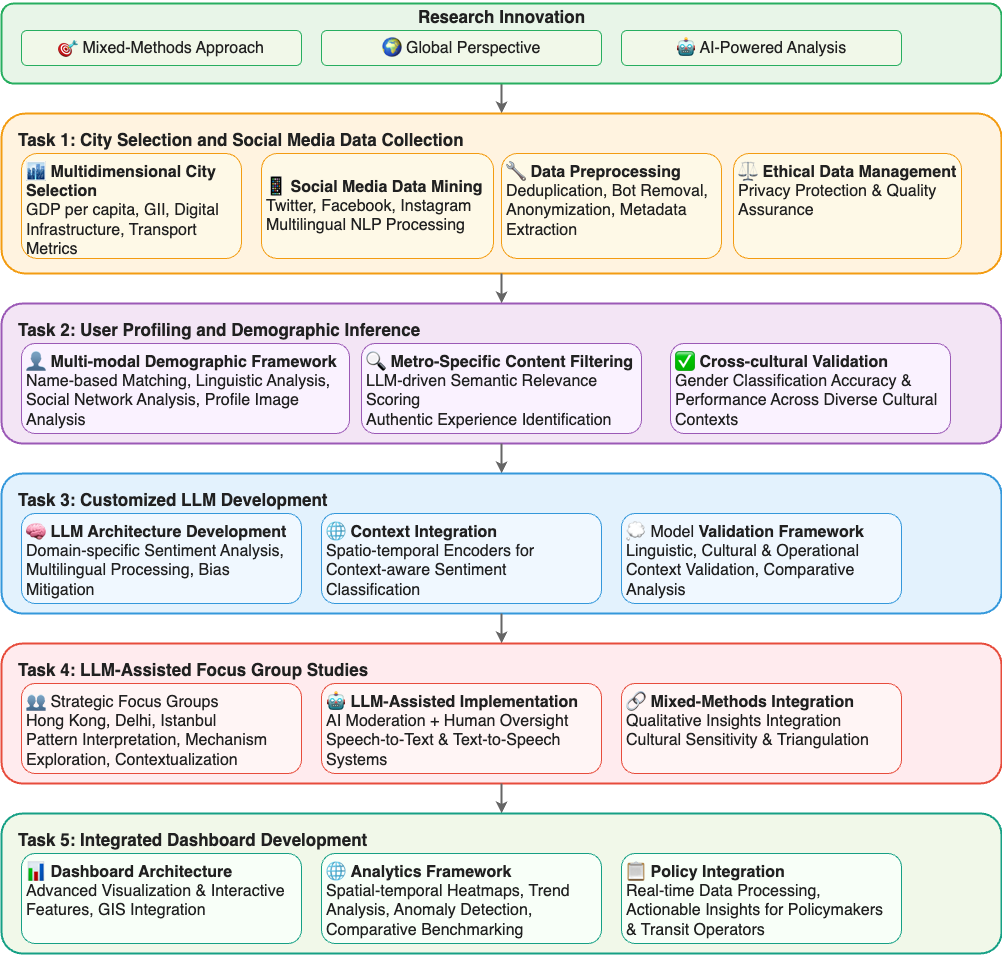
Radar-Lei/GRF2026 keeps this draw.io diagram as figs/research flow.png. Above is the earlier version. Source tidied: cells renumbered, new cells last; positions are measured from the earlier drawing's top-left corner, leaving out a move shared by most shapes.
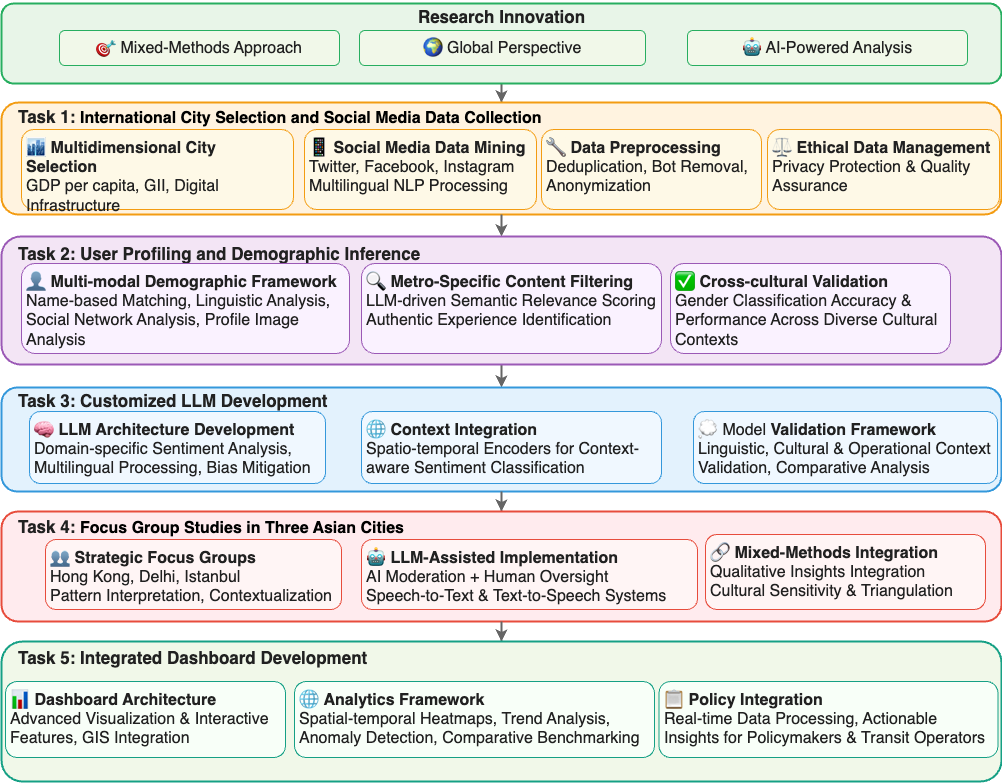
After the commit.

The edit, as a diff of the source:
```diff
@@ -6,94 +6,79 @@
       <mxGeometry relative="1" as="geometry" />
     </mxCell>
     <mxCell id="3" style="rounded=1;whiteSpace=wrap;html=1;fillColor=#fff3e0;strokeColor=#f39c12;strokeWidth=2;" parent="1" vertex="1">
-      <mxGeometry y="113" width="1000" height="160" as="geometry" />
+      <mxGeometry y="102" width="1000" height="112" as="geometry" />
     </mxCell>
-    <mxCell id="4" value="&lt;font style=&quot;font-size: 17px;&quot;&gt;Task 1: City Selection and Social Media Data Collection&lt;/font&gt;" style="text;html=1;align=left;verticalAlign=top;fontSize=14;fontStyle=1;fontColor=#212121;fontFamily=Helvetica;" parent="1" vertex="1">
-      <mxGeometry x="15" y="123" width="970" height="25" as="geometry" />
+    <mxCell id="4" value="&lt;font style=&quot;font-size: 17px;&quot;&gt;Task 1: &lt;/font&gt;&lt;b style=&quot;color: rgb(0, 0, 0); font-size: medium;&quot;&gt;&lt;span style=&quot;font-size: 12pt; line-height: 18.4px;&quot; lang=&quot;EN-US&quot;&gt;International City Selection and Social Media Data Collection&lt;/span&gt;&lt;/b&gt;&lt;span style=&quot;color: rgb(0, 0, 0); font-size: medium; font-weight: 400;&quot;&gt;&lt;/span&gt;" style="text;html=1;align=left;verticalAlign=top;fontSize=14;fontStyle=1;fontColor=#212121;fontFamily=Helvetica;" parent="1" vertex="1">
+      <mxGeometry x="15" y="100" width="970" height="25" as="geometry" />
     </mxCell>
-    <mxCell id="5" value="🏙️ &lt;b&gt;Multidimensional City Selection&lt;/b&gt;&lt;br&gt;GDP per capita, GII, Digital Infrastructure, Transport Metrics" style="rounded=1;whiteSpace=wrap;html=1;fillColor=#fef9e7;strokeColor=#f39c12;strokeWidth=1;fontSize=16;fontColor=#212121;fontFamily=Helvetica;align=left;verticalAlign=top;spacing=5;" parent="1" vertex="1">
-      <mxGeometry x="20" y="153" width="220" height="105" as="geometry" />
+    <mxCell id="5" value="🏙️ &lt;b&gt;Multidimensional City Selection&lt;/b&gt;&lt;br&gt;GDP per capita, GII, Digital Infrastructure" style="rounded=1;whiteSpace=wrap;html=1;fillColor=#fef9e7;strokeColor=#f39c12;strokeWidth=1;fontSize=16;fontColor=#212121;fontFamily=Helvetica;align=left;verticalAlign=top;spacing=5;" parent="1" vertex="1">
+      <mxGeometry x="20" y="129" width="272" height="80" as="geometry" />
     </mxCell>
-    <mxCell id="6" value="&lt;font style=&quot;font-size: 16px;&quot;&gt;📱 &lt;b style=&quot;font-size: 16px;&quot;&gt;Social Media Data Mining&lt;/b&gt;&lt;br style=&quot;font-size: 16px;&quot;&gt;Twitter, Facebook, Instagram&lt;br style=&quot;font-size: 16px;&quot;&gt;Multilingual NLP Processing&lt;/font&gt;" style="rounded=1;whiteSpace=wrap;html=1;fillColor=#fef9e7;strokeColor=#f39c12;strokeWidth=1;fontSize=16;fontColor=#212121;fontFamily=Helvetica;align=left;verticalAlign=middle;spacing=5;" parent="1" vertex="1">
-      <mxGeometry x="260" y="153" width="232" height="105" as="geometry" />
+    <mxCell id="6" value="&lt;font style=&quot;font-size: 16px;&quot;&gt;📱 &lt;b style=&quot;font-size: 16px;&quot;&gt;Social Media Data Mining&lt;/b&gt;&lt;br style=&quot;font-size: 16px;&quot;&gt;Twitter, Facebook, Instagram&lt;br style=&quot;font-size: 16px;&quot;&gt;Multilingual NLP Processing&lt;/font&gt;" style="rounded=1;whiteSpace=wrap;html=1;fillColor=#fef9e7;strokeColor=#f39c12;strokeWidth=1;fontSize=16;fontColor=#212121;fontFamily=Helvetica;align=left;verticalAlign=top;spacing=5;" parent="1" vertex="1">
+      <mxGeometry x="303" y="129" width="232" height="80" as="geometry" />
     </mxCell>
-    <mxCell id="7" value="&lt;font style=&quot;font-size: 16px;&quot;&gt;🔧 &lt;b&gt;Data Preprocessing&lt;/b&gt;&lt;br style=&quot;font-size: 16px;&quot;&gt;Deduplication, Bot Removal, Anonymization, Metadata Extraction&lt;/font&gt;" style="rounded=1;whiteSpace=wrap;html=1;fillColor=#fef9e7;strokeColor=#f39c12;strokeWidth=1;fontSize=16;fontColor=#212121;fontFamily=Helvetica;align=left;verticalAlign=top;spacing=5;" parent="1" vertex="1">
-      <mxGeometry x="500" y="153" width="220" height="105" as="geometry" />
+    <mxCell id="7" value="&lt;font style=&quot;font-size: 16px;&quot;&gt;🔧 &lt;b&gt;Data Preprocessing&lt;/b&gt;&lt;br style=&quot;font-size: 16px;&quot;&gt;Deduplication, Bot Removal, Anonymization&lt;/font&gt;" style="rounded=1;whiteSpace=wrap;html=1;fillColor=#fef9e7;strokeColor=#f39c12;strokeWidth=1;fontSize=16;fontColor=#212121;fontFamily=Helvetica;align=left;verticalAlign=top;spacing=5;" parent="1" vertex="1">
+      <mxGeometry x="540" y="129" width="220" height="80" as="geometry" />
     </mxCell>
     <mxCell id="8" value="&lt;font style=&quot;font-size: 16px;&quot;&gt;⚖️ &lt;b&gt;Ethical Data Management&lt;/b&gt;&lt;br style=&quot;font-size: 16px;&quot;&gt;Privacy Protection &amp;amp; Quality Assurance&lt;/font&gt;" style="rounded=1;whiteSpace=wrap;html=1;fillColor=#fef9e7;strokeColor=#f39c12;strokeWidth=1;fontSize=16;fontColor=#212121;fontFamily=Helvetica;align=left;verticalAlign=top;spacing=5;" parent="1" vertex="1">
-      <mxGeometry x="732" y="153" width="228" height="105" as="geometry" />
+      <mxGeometry x="766" y="129" width="232" height="80" as="geometry" />
     </mxCell>
     <mxCell id="9" style="edgeStyle=orthogonalEdgeStyle;rounded=0;jettySize=auto;html=1;strokeColor=#666;strokeWidth=2;endArrow=classic;" parent="1" edge="1" source="3" target="10">
       <mxGeometry relative="1" as="geometry" />
     </mxCell>
-    <mxCell id="10" style="rounded=1;whiteSpace=wrap;html=1;fillColor=#f3e5f5;strokeColor=#9b59b6;strokeWidth=2;" parent="1" vertex="1">
-      <mxGeometry y="303" width="1000" height="140" as="geometry" />
-    </mxCell>
-    <mxCell id="11" value="&lt;font style=&quot;font-size: 17px;&quot;&gt;Task 2: User Profiling and Demographic Inference&lt;/font&gt;" style="text;html=1;align=left;verticalAlign=top;fontSize=14;fontStyle=1;fontColor=#212121;fontFamily=Helvetica;" parent="1" vertex="1">
-      <mxGeometry x="15" y="313" width="970" height="25" as="geometry" />
-    </mxCell>
-    <mxCell id="12" value="👤 &lt;b&gt;Multi-modal Demographic Framework&lt;/b&gt;&lt;br&gt;Name-based Matching, Linguistic Analysis, Social Network Analysis, Profile Image Analysis" style="rounded=1;whiteSpace=wrap;html=1;fillColor=#faf2ff;strokeColor=#9b59b6;strokeWidth=1;fontSize=16;fontColor=#212121;fontFamily=Helvetica;align=left;verticalAlign=top;spacing=5;" parent="1" vertex="1">
-      <mxGeometry x="20" y="343" width="328" height="90" as="geometry" />
-    </mxCell>
-    <mxCell id="13" value="🔍 &lt;b&gt;Metro-Specific Content Filtering&lt;/b&gt;&lt;br&gt;LLM-driven Semantic Relevance Scoring&lt;br&gt;Authentic Experience Identification" style="rounded=1;whiteSpace=wrap;html=1;fillColor=#faf2ff;strokeColor=#9b59b6;strokeWidth=1;fontSize=16;fontColor=#212121;fontFamily=Helvetica;align=left;verticalAlign=top;spacing=5;" parent="1" vertex="1">
-      <mxGeometry x="360" y="343" width="280" height="90" as="geometry" />
-    </mxCell>
-    <mxCell id="14" value="✅ &lt;b&gt;Cross-cultural Validation&lt;/b&gt;&lt;br&gt;Gender Classification Accuracy &amp;amp; Performance Across Diverse Cultural Contexts" style="rounded=1;whiteSpace=wrap;html=1;fillColor=#faf2ff;strokeColor=#9b59b6;strokeWidth=1;fontSize=16;fontColor=#212121;fontFamily=Helvetica;align=left;verticalAlign=top;spacing=5;" parent="1" vertex="1">
-      <mxGeometry x="669" y="343" width="280" height="90" as="geometry" />
-    </mxCell>
     <mxCell id="15" style="edgeStyle=orthogonalEdgeStyle;rounded=0;jettySize=auto;html=1;strokeColor=#666;strokeWidth=2;endArrow=classic;" parent="1" edge="1" source="10" target="16">
       <mxGeometry relative="1" as="geometry" />
     </mxCell>
     <mxCell id="16" style="rounded=1;whiteSpace=wrap;html=1;fillColor=#e3f2fd;strokeColor=#3498db;strokeWidth=2;" parent="1" vertex="1">
-      <mxGeometry y="473" width="1000" height="140" as="geometry" />
+      <mxGeometry y="387" width="1000" height="104" as="geometry" />
     </mxCell>
     <mxCell id="17" value="&lt;font style=&quot;font-size: 17px;&quot;&gt;Task 3: Customized LLM Development&lt;/font&gt;" style="text;html=1;align=left;verticalAlign=top;fontSize=14;fontStyle=1;fontColor=#212121;fontFamily=Helvetica;" parent="1" vertex="1">
-      <mxGeometry x="15" y="483" width="970" height="25" as="geometry" />
+      <mxGeometry x="15" y="384" width="970" height="25" as="geometry" />
     </mxCell>
     <mxCell id="18" value="🧠 &lt;b&gt;LLM Architecture Development&lt;/b&gt;&lt;br&gt;Domain-specific Sentiment Analysis, Multilingual Processing, Bias Mitigation" style="rounded=1;whiteSpace=wrap;html=1;fillColor=#f0f8ff;strokeColor=#3498db;strokeWidth=1;fontSize=16;fontColor=#212121;fontFamily=Helvetica;align=left;verticalAlign=top;spacing=5;" parent="1" vertex="1">
-      <mxGeometry x="20" y="513" width="280" height="90" as="geometry" />
+      <mxGeometry x="28" y="411" width="296" height="72" as="geometry" />
     </mxCell>
     <mxCell id="19" value="&lt;font style=&quot;font-size: 16px;&quot;&gt;🌐 &lt;b&gt;Context Integration&lt;/b&gt;&lt;br style=&quot;font-size: 16px;&quot;&gt;Spatio-temporal Encoders for Context-aware Sentiment Classification&lt;/font&gt;" style="rounded=1;whiteSpace=wrap;html=1;fillColor=#f0f8ff;strokeColor=#3498db;strokeWidth=1;fontSize=16;fontColor=#212121;fontFamily=Helvetica;align=left;verticalAlign=top;spacing=5;" parent="1" vertex="1">
-      <mxGeometry x="320" y="513" width="280" height="90" as="geometry" />
+      <mxGeometry x="360" y="411" width="300" height="72" as="geometry" />
     </mxCell>
     <mxCell id="20" value="💭 Model &lt;b&gt;Validation Framework&lt;/b&gt;&lt;br&gt;Linguistic, Cultural &amp;amp; Operational Context Validation, Comparative Analysis" style="rounded=1;whiteSpace=wrap;html=1;fillColor=#f0f8ff;strokeColor=#3498db;strokeWidth=1;fontSize=16;fontColor=#212121;fontFamily=Helvetica;align=left;verticalAlign=top;spacing=5;" parent="1" vertex="1">
-      <mxGeometry x="620" y="513" width="280" height="90" as="geometry" />
+      <mxGeometry x="692" y="411" width="304" height="72" as="geometry" />
     </mxCell>
     <mxCell id="21" style="edgeStyle=orthogonalEdgeStyle;rounded=0;jettySize=auto;html=1;strokeColor=#666;strokeWidth=2;endArrow=classic;" parent="1" edge="1" source="16" target="22">
       <mxGeometry relative="1" as="geometry" />
     </mxCell>
     <mxCell id="22" style="rounded=1;whiteSpace=wrap;html=1;fillColor=#ffebee;strokeColor=#e74c3c;strokeWidth=2;" parent="1" vertex="1">
-      <mxGeometry y="643" width="1000" height="140" as="geometry" />
+      <mxGeometry y="511" width="1000" height="110" as="geometry" />
     </mxCell>
-    <mxCell id="23" value="&lt;font style=&quot;font-size: 17px;&quot;&gt;Task 4: LLM-Assisted Focus Group Studies&lt;/font&gt;" style="text;html=1;align=left;verticalAlign=top;fontSize=14;fontStyle=1;fontColor=#212121;fontFamily=Helvetica;" parent="1" vertex="1">
-      <mxGeometry x="15" y="653" width="970" height="25" as="geometry" />
+    <mxCell id="23" value="&lt;font style=&quot;font-size: 17px;&quot;&gt;Task 4:&amp;nbsp;&lt;/font&gt;&lt;b style=&quot;color: rgb(0, 0, 0); font-size: medium;&quot;&gt;&lt;span style=&quot;font-size: 12pt; line-height: 18.4px;&quot; lang=&quot;EN-US&quot;&gt;Focus Group Studies in Three Asian Cities&lt;/span&gt;&lt;/b&gt;&lt;span style=&quot;color: rgb(0, 0, 0); font-size: medium; font-weight: 400;&quot;&gt;&lt;/span&gt;" style="text;html=1;align=left;verticalAlign=top;fontSize=14;fontStyle=1;fontColor=#212121;fontFamily=Helvetica;" parent="1" vertex="1">
+      <mxGeometry x="15" y="510" width="970" height="25" as="geometry" />
     </mxCell>
-    <mxCell id="24" value="👥 Strategic Focus Groups&#10;Hong Kong, Delhi, Istanbul&#10;Pattern Interpretation, Mechanism Exploration, Contextualization" style="rounded=1;whiteSpace=wrap;html=1;fillColor=#fff5f5;strokeColor=#e74c3c;strokeWidth=1;fontSize=16;fontColor=#212121;fontFamily=Helvetica;align=left;verticalAlign=top;spacing=5;" parent="1" vertex="1">
-      <mxGeometry x="20" y="683" width="280" height="90" as="geometry" />
+    <mxCell id="24" value="👥 &lt;b&gt;Strategic Focus Groups&lt;/b&gt;&lt;br&gt;Hong Kong, Delhi, Istanbul&lt;br&gt;Pattern Interpretation, Contextualization" style="rounded=1;whiteSpace=wrap;html=1;fillColor=#fff5f5;strokeColor=#e74c3c;strokeWidth=1;fontSize=16;fontColor=#212121;fontFamily=Helvetica;align=left;verticalAlign=top;spacing=5;" parent="1" vertex="1">
+      <mxGeometry x="44" y="539" width="296" height="70" as="geometry" />
     </mxCell>
     <mxCell id="25" value="🤖 &lt;b&gt;LLM-Assisted Implementation&lt;/b&gt;&lt;br&gt;AI Moderation + Human Oversight&lt;br&gt;Speech-to-Text &amp;amp; Text-to-Speech Systems" style="rounded=1;whiteSpace=wrap;html=1;fillColor=#fff5f5;strokeColor=#e74c3c;strokeWidth=1;fontSize=16;fontColor=#212121;fontFamily=Helvetica;align=left;verticalAlign=top;spacing=5;" parent="1" vertex="1">
-      <mxGeometry x="320" y="683" width="280" height="90" as="geometry" />
+      <mxGeometry x="360" y="539" width="336" height="70" as="geometry" />
     </mxCell>
     <mxCell id="26" value="🔗 &lt;b&gt;Mixed-Methods Integration&lt;/b&gt;&lt;br&gt;Qualitative Insights Integration&lt;br&gt;Cultural Sensitivity &amp;amp; Triangulation" style="rounded=1;whiteSpace=wrap;html=1;fillColor=#fff5f5;strokeColor=#e74c3c;strokeWidth=1;fontSize=16;fontColor=#212121;fontFamily=Helvetica;align=left;verticalAlign=top;spacing=5;" parent="1" vertex="1">
-      <mxGeometry x="620" y="683" width="280" height="90" as="geometry" />
+      <mxGeometry x="704" y="534" width="280" height="75" as="geometry" />
     </mxCell>
     <mxCell id="27" style="edgeStyle=orthogonalEdgeStyle;rounded=0;jettySize=auto;html=1;strokeColor=#666;strokeWidth=2;endArrow=classic;" parent="1" edge="1" source="22" target="28">
       <mxGeometry relative="1" as="geometry" />
     </mxCell>
     <mxCell id="28" style="rounded=1;whiteSpace=wrap;html=1;fillColor=#f1f8e9;strokeColor=#16a085;strokeWidth=2;" parent="1" vertex="1">
-      <mxGeometry y="813" width="1000" height="140" as="geometry" />
+      <mxGeometry y="641" width="1000" height="140" as="geometry" />
     </mxCell>
     <mxCell id="29" value="Task 5: Integrated Dashboard Development" style="text;html=1;align=left;verticalAlign=top;fontSize=17;fontStyle=1;fontColor=#212121;fontFamily=Helvetica;" parent="1" vertex="1">
-      <mxGeometry x="15" y="823" width="970" height="25" as="geometry" />
+      <mxGeometry x="15" y="641" width="970" height="25" as="geometry" />
     </mxCell>
     <mxCell id="30" value="📊 &lt;b&gt;Dashboard Architecture&lt;/b&gt;&lt;br&gt;Advanced Visualization &amp;amp; Interactive Features, GIS Integration" style="rounded=1;whiteSpace=wrap;html=1;fillColor=#f8fff8;strokeColor=#16a085;strokeWidth=1;fontSize=16;fontColor=#212121;fontFamily=Helvetica;align=left;verticalAlign=top;spacing=5;" parent="1" vertex="1">
-      <mxGeometry x="20" y="853" width="280" height="90" as="geometry" />
+      <mxGeometry x="4" y="681" width="280" height="76" as="geometry" />
     </mxCell>
     <mxCell id="31" value="🌐 &lt;b&gt;Analytics Framework&lt;/b&gt;&lt;br&gt;Spatial-temporal Heatmaps, Trend Analysis, Anomaly Detection, Comparative Benchmarking" style="rounded=1;whiteSpace=wrap;html=1;fillColor=#f8fff8;strokeColor=#16a085;strokeWidth=1;fontSize=16;fontColor=#212121;fontFamily=Helvetica;align=left;verticalAlign=top;spacing=5;" parent="1" vertex="1">
-      <mxGeometry x="320" y="853" width="280" height="90" as="geometry" />
+      <mxGeometry x="293" y="681" width="360" height="76" as="geometry" />
     </mxCell>
     <mxCell id="32" value="📋 &lt;b&gt;Policy Integration&lt;/b&gt;&lt;br&gt;Real-time Data Processing, Actionable Insights for Policymakers &amp;amp; Transit Operators" style="rounded=1;whiteSpace=wrap;html=1;fillColor=#f8fff8;strokeColor=#16a085;strokeWidth=1;fontSize=16;fontColor=#212121;fontFamily=Helvetica;align=left;verticalAlign=top;spacing=5;" parent="1" vertex="1">
-      <mxGeometry x="620" y="853" width="280" height="90" as="geometry" />
+      <mxGeometry x="657.5" y="681" width="339" height="76" as="geometry" />
     </mxCell>
     <mxCell id="33" style="group;" parent="1" vertex="1">
       <mxGeometry width="1000" height="83" as="geometry" />
@@ -105,13 +90,31 @@
       <mxGeometry width="1000" height="25" as="geometry" />
     </mxCell>
     <mxCell id="36" value="🎯 Mixed-Methods Approach" style="rounded=1;whiteSpace=wrap;html=1;fillColor=#f1f8e9;strokeColor=#27ae60;strokeWidth=1;fontSize=16;fontColor=#212121;fontFamily=Helvetica;" parent="33" vertex="1">
-      <mxGeometry x="20" y="30" width="280" height="35" as="geometry" />
+      <mxGeometry x="58" y="30" width="280" height="35" as="geometry" />
     </mxCell>
     <mxCell id="37" value="🌍 Global Perspective" style="rounded=1;whiteSpace=wrap;html=1;fillColor=#f1f8e9;strokeColor=#27ae60;strokeWidth=1;fontSize=16;fontColor=#212121;fontFamily=Helvetica;" parent="33" vertex="1">
-      <mxGeometry x="320" y="30" width="280" height="35" as="geometry" />
+      <mxGeometry x="358" y="30" width="286" height="35" as="geometry" />
     </mxCell>
     <mxCell id="38" value="🤖 AI-Powered Analysis" style="rounded=1;whiteSpace=wrap;html=1;fillColor=#f1f8e9;strokeColor=#27ae60;strokeWidth=1;fontSize=16;fontColor=#212121;fontFamily=Helvetica;" parent="33" vertex="1">
-      <mxGeometry x="620" y="30" width="280" height="35" as="geometry" />
+      <mxGeometry x="686" y="30" width="280" height="35" as="geometry" />
     </mxCell>
+    <mxCell id="39" style="group;" parent="1" vertex="1">
+      <mxGeometry y="236" width="1000" height="128" as="geometry" />
+    </mxCell>
+    <mxCell id="10" style="rounded=1;whiteSpace=wrap;html=1;fillColor=#f3e5f5;strokeColor=#9b59b6;strokeWidth=2;" parent="39" vertex="1">
+      <mxGeometry width="1000" height="128" as="geometry" />
+    </mxCell>
+    <mxCell id="11" value="&lt;font style=&quot;font-size: 17px;&quot;&gt;Task 2: User Profiling and Demographic Inference&lt;/font&gt;" style="text;html=1;align=left;verticalAlign=top;fontSize=14;fontStyle=1;fontColor=#212121;fontFamily=Helvetica;" parent="39" vertex="1">
+      <mxGeometry x="15" y="1" width="970" height="25" as="geometry" />
+    </mxCell>
+    <mxCell id="12" value="👤 &lt;b&gt;Multi-modal Demographic Framework&lt;/b&gt;&lt;br&gt;Name-based Matching, Linguistic Analysis, Social Network Analysis, Profile Image Analysis" style="rounded=1;whiteSpace=wrap;html=1;fillColor=#faf2ff;strokeColor=#9b59b6;strokeWidth=1;fontSize=16;fontColor=#212121;fontFamily=Helvetica;align=left;verticalAlign=top;spacing=5;" parent="39" vertex="1">
+      <mxGeometry x="20" y="27" width="328" height="90" as="geometry" />
+    </mxCell>
+    <mxCell id="13" value="🔍 &lt;b&gt;Metro-Specific Content Filtering&lt;/b&gt;&lt;br&gt;LLM-driven Semantic Relevance Scoring&lt;br&gt;Authentic Experience Identification" style="rounded=1;whiteSpace=wrap;html=1;fillColor=#faf2ff;strokeColor=#9b59b6;strokeWidth=1;fontSize=16;fontColor=#212121;fontFamily=Helvetica;align=left;verticalAlign=top;spacing=5;" parent="39" vertex="1">
+      <mxGeometry x="360" y="27" width="300" height="90" as="geometry" />
+    </mxCell>
+    <mxCell id="14" value="✅ &lt;b&gt;Cross-cultural Validation&lt;/b&gt;&lt;br&gt;Gender Classification Accuracy &amp;amp; Performance Across Diverse Cultural Contexts" style="rounded=1;whiteSpace=wrap;html=1;fillColor=#faf2ff;strokeColor=#9b59b6;strokeWidth=1;fontSize=16;fontColor=#212121;fontFamily=Helvetica;align=left;verticalAlign=top;spacing=5;" parent="39" vertex="1">
+      <mxGeometry x="669" y="27" width="280" height="90" as="geometry" />
+    </mxCell>
   </root>
 </mxGraphModel>
```
